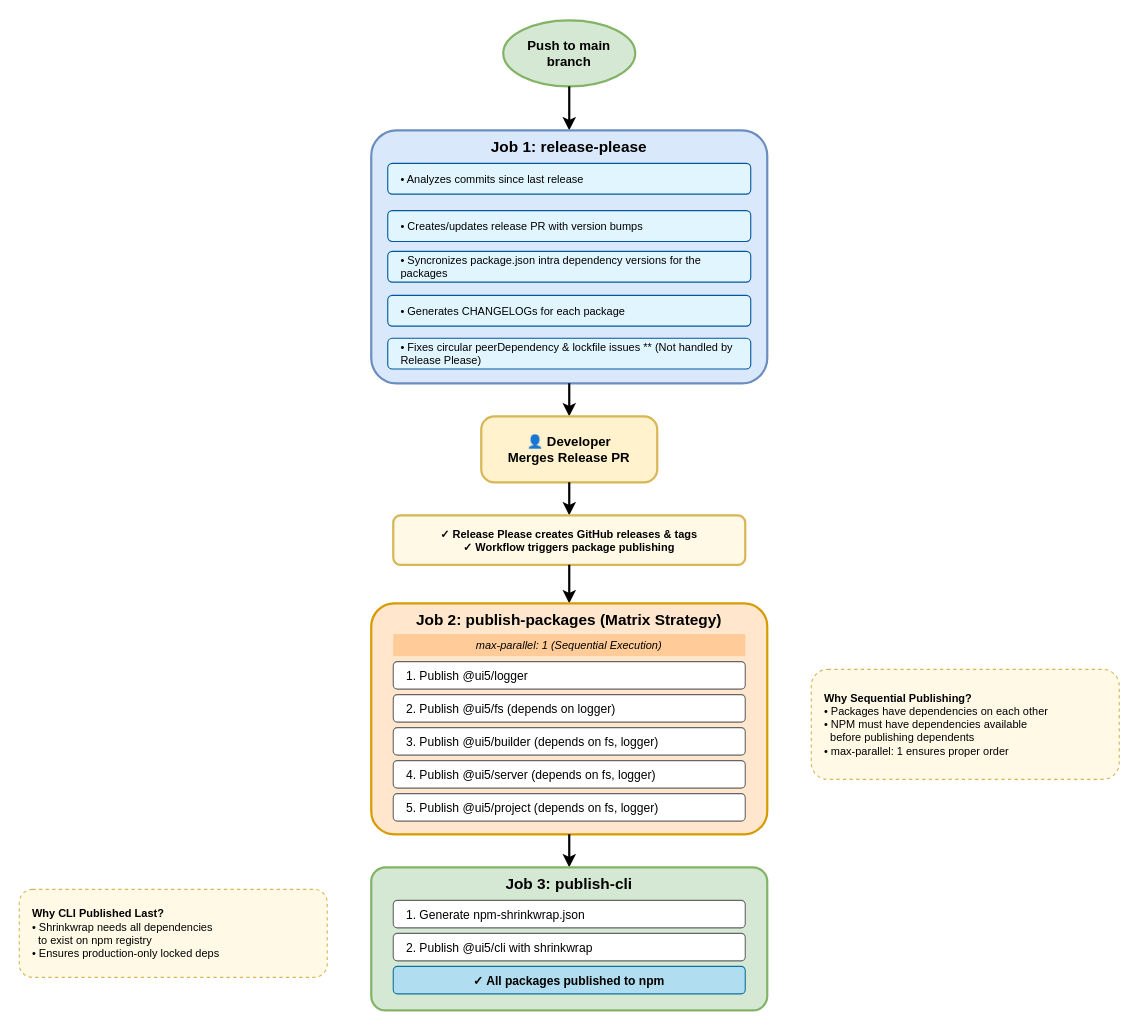
Before: docs/release-workflow-diagram.drawio in UI5/cli, a draw.io diagram. Source tidied: cells renumbered, new cells numbered last; positions are measured from the earlier drawing's top-left corner, leaving out a move shared by most shapes. Both pictures are drawn from the tidied source at 110%, with x=0, y=0 at pixel (19, 20).
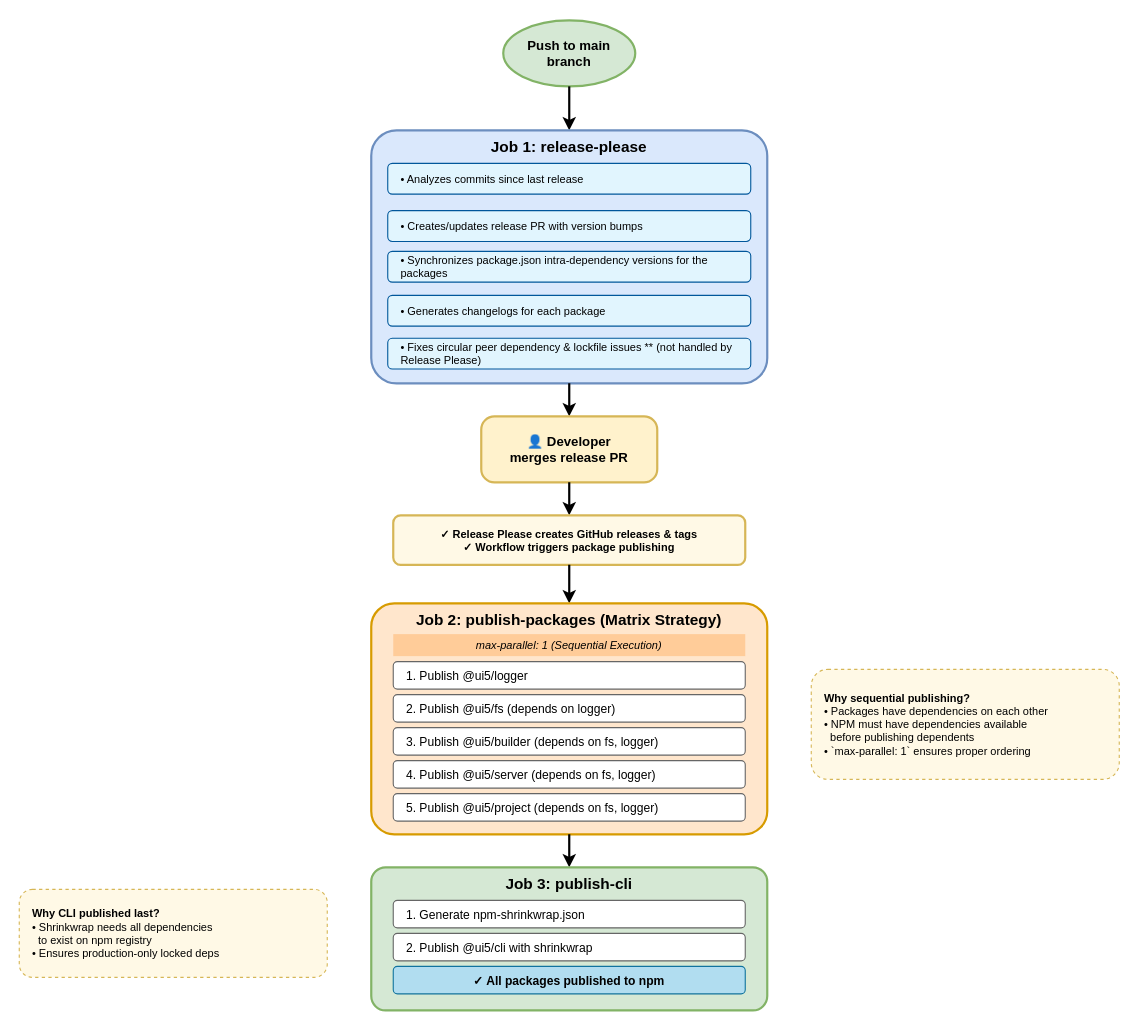
The same diagram, later.

Change to the diagram source:
```diff
@@
-    <mxCell id="7" value="• Generates CHANGELOGs for each package" style="rounded=1;whiteSpace=wrap;html=1;fillColor=#e1f5fe;strokeColor=#01579b;align=left;spacingLeft=10;fontSize=10;" parent="1" vertex="1">
+    <mxCell id="7" value="• Generates changelogs for each package" style="rounded=1;whiteSpace=wrap;html=1;fillColor=#e1f5fe;strokeColor=#01579b;align=left;spacingLeft=10;fontSize=10;" parent="1" vertex="1">
       <mxGeometry x="335" y="250" width="330" height="28" as="geometry" />
     </mxCell>
-    <mxCell id="8" value="• Fixes circular peerDependency &amp;amp; lockfile issues ** (Not handled by Release Please)" style="rounded=1;whiteSpace=wrap;html=1;fillColor=#e1f5fe;strokeColor=#01579b;align=left;spacingLeft=10;fontSize=10;" parent="1" vertex="1">
+    <mxCell id="8" value="• Fixes circular peer dependency &amp;amp; lockfile issues ** (not handled by Release Please)" style="rounded=1;whiteSpace=wrap;html=1;fillColor=#e1f5fe;strokeColor=#01579b;align=left;spacingLeft=10;fontSize=10;" parent="1" vertex="1">
       <mxGeometry x="335" y="289" width="330" height="28" as="geometry" />
     </mxCell>
@@
-    <mxCell id="10" value="👤 Developer&lt;br&gt;Merges Release PR" style="rounded=1;whiteSpace=wrap;html=1;fillColor=#fff2cc;strokeColor=#d6b656;strokeWidth=2;fontStyle=1;arcSize=20;" parent="1" vertex="1">
+    <mxCell id="10" value="👤 Developer&lt;br&gt;merges release PR" style="rounded=1;whiteSpace=wrap;html=1;fillColor=#fff2cc;strokeColor=#d6b656;strokeWidth=2;fontStyle=1;arcSize=20;" parent="1" vertex="1">
       <mxGeometry x="420" y="360" width="160" height="60" as="geometry" />
     </mxCell>
@@
-    <mxCell id="26" value="&lt;b&gt;Why Sequential Publishing?&lt;/b&gt;&lt;br&gt;• Packages have dependencies on each other&lt;br&gt;• NPM must have dependencies available&lt;br&gt;&amp;nbsp;&amp;nbsp;before publishing dependents&lt;br&gt;• max-parallel: 1 ensures proper order" style="rounded=1;whiteSpace=wrap;html=1;fillColor=#fff9e6;strokeColor=#d6b656;dashed=1;dashPattern=3 3;align=left;spacingLeft=10;fontSize=10;" parent="1" vertex="1">
+    <mxCell id="26" value="&lt;b&gt;Why sequential publishing?&lt;/b&gt;&lt;br&gt;• Packages have dependencies on each other&lt;br&gt;• NPM must have dependencies available&lt;br&gt;&amp;nbsp;&amp;nbsp;before publishing dependents&lt;br&gt;• `max-parallel: 1` ensures proper ordering" style="rounded=1;whiteSpace=wrap;html=1;fillColor=#fff9e6;strokeColor=#d6b656;dashed=1;dashPattern=3 3;align=left;spacingLeft=10;fontSize=10;" parent="1" vertex="1">
       <mxGeometry x="720" y="590" width="280" height="100" as="geometry" />
     </mxCell>
-    <mxCell id="27" value="&lt;b&gt;Why CLI Published Last?&lt;/b&gt;&lt;br&gt;• Shrinkwrap needs all dependencies&lt;br&gt;&amp;nbsp;&amp;nbsp;to exist on npm registry&lt;br&gt;• Ensures production-only locked deps" style="rounded=1;whiteSpace=wrap;html=1;fillColor=#fff9e6;strokeColor=#d6b656;dashed=1;dashPattern=3 3;align=left;spacingLeft=10;fontSize=10;" parent="1" vertex="1">
+    <mxCell id="27" value="&lt;b&gt;Why CLI published last?&lt;/b&gt;&lt;br&gt;• Shrinkwrap needs all dependencies&lt;br&gt;&amp;nbsp;&amp;nbsp;to exist on npm registry&lt;br&gt;• Ensures production-only locked deps" style="rounded=1;whiteSpace=wrap;html=1;fillColor=#fff9e6;strokeColor=#d6b656;dashed=1;dashPattern=3 3;align=left;spacingLeft=10;fontSize=10;" parent="1" vertex="1">
       <mxGeometry y="790" width="280" height="80" as="geometry" />
     </mxCell>
-    <mxCell id="28" value="• Syncronizes package.json intra dependency versions for the packages" style="rounded=1;whiteSpace=wrap;html=1;fillColor=#e1f5fe;strokeColor=#01579b;align=left;spacingLeft=10;fontSize=10;" parent="1" vertex="1">
+    <mxCell id="28" value="• Synchronizes package.json intra-dependency versions for the packages" style="rounded=1;whiteSpace=wrap;html=1;fillColor=#e1f5fe;strokeColor=#01579b;align=left;spacingLeft=10;fontSize=10;" parent="1" vertex="1">
       <mxGeometry x="335" y="210" width="330" height="28" as="geometry" />
     </mxCell>
```
